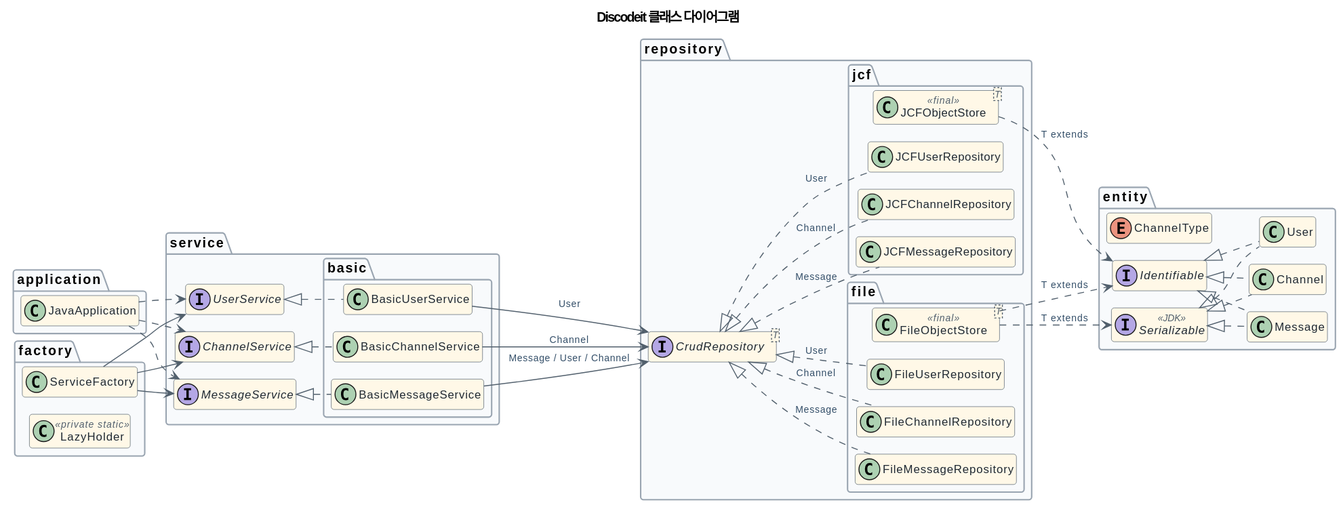
The PlantUML diagram 02/docs/class-diagram.svg in WinLike-dev/14-sprint-mission, before a commit. Source of this version:
```plantuml
@startuml
!pragma layout smetana
!pragma layout smetana

title Discodeit 클래스 다이어그램
left to right direction

hide empty members

skinparam backgroundColor #FFFFFF
skinparam shadowing false
skinparam roundCorner 6
skinparam nodesep 35
skinparam ranksep 45
skinparam ArrowColor #52606D
skinparam ArrowFontColor #334E68
skinparam ArrowFontSize 10
skinparam ClassBorderColor #52606D
skinparam ClassBackgroundColor #FFF8E7
skinparam ClassFontColor #1F2933
skinparam ClassFontSize 12
skinparam ClassStereotypeFontColor #52606D
skinparam ClassStereotypeFontSize 10
skinparam PackageBorderColor #9AA5B1
skinparam PackageBackgroundColor #F8FAFC

package "application" {
    class JavaApplication
}

package "factory" {
    class ServiceFactory
    class LazyHolder <<private static>>
}

package "service" {
    interface UserService
    interface ChannelService
    interface MessageService
}

package "service.basic" {
    class BasicUserService
    class BasicChannelService
    class BasicMessageService
}

package "repository" {
    interface CrudRepository<T>
}

package "repository.jcf" {
    class JCFObjectStore<T> <<final>>
    class JCFMessageRepository
    class JCFChannelRepository
    class JCFUserRepository
}

package "repository.file" {
    class FileObjectStore<T> <<final>>
    class FileMessageRepository
    class FileChannelRepository
    class FileUserRepository
}

package "entity" {
    class Message
    class Channel
    class User
    enum ChannelType
    interface Serializable <<JDK>>
    interface Identifiable
}

JavaApplication ..> UserService
JavaApplication ..> ChannelService
JavaApplication ..> MessageService

ServiceFactory --> UserService
ServiceFactory --> ChannelService
ServiceFactory --> MessageService

UserService <|.. BasicUserService
ChannelService <|.. BasicChannelService
MessageService <|.. BasicMessageService

BasicUserService --> CrudRepository : User
BasicChannelService --> CrudRepository : Channel
BasicMessageService --> CrudRepository : Message / User / Channel

CrudRepository <|.. JCFUserRepository : User
CrudRepository <|.. JCFChannelRepository : Channel
CrudRepository <|.. JCFMessageRepository : Message
CrudRepository <|.. FileUserRepository : User
CrudRepository <|.. FileChannelRepository : Channel
CrudRepository <|.. FileMessageRepository : Message

JCFObjectStore ..> Identifiable : T extends
FileObjectStore ..> Identifiable : T extends
FileObjectStore ..> Serializable : T extends

Identifiable <|.. User
Identifiable <|.. Channel
Identifiable <|.. Message
Serializable <|.. User
Serializable <|.. Channel
Serializable <|.. Message

@enduml
```
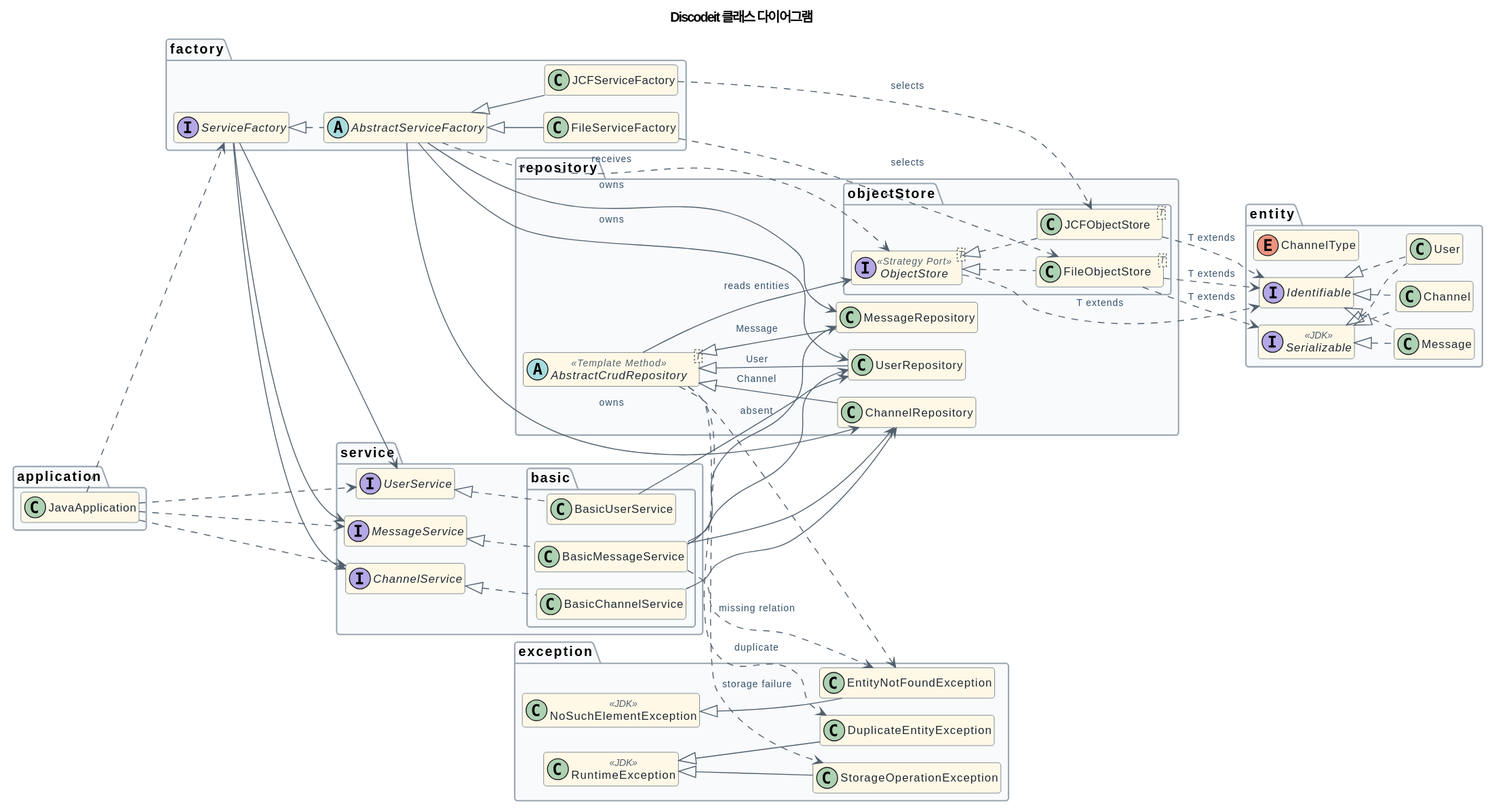
After the change.

Diff of the diagram source:
```diff
@@ -29,8 +29,10 @@
 }
 
 package "factory" {
-    class ServiceFactory
-    class LazyHolder <<private static>>
+    interface ServiceFactory
+    abstract class AbstractServiceFactory
+    class JCFServiceFactory
+    class FileServiceFactory
 }
 
 package "service" {
@@ -46,21 +48,24 @@
 }
 
 package "repository" {
-    interface CrudRepository<T>
+    abstract class AbstractCrudRepository<T> <<Template Method>>
+    class UserRepository
+    class ChannelRepository
+    class MessageRepository
 }
 
-package "repository.jcf" {
-    class JCFObjectStore<T> <<final>>
-    class JCFMessageRepository
-    class JCFChannelRepository
-    class JCFUserRepository
+package "repository.objectStore" {
+    interface ObjectStore<T> <<Strategy Port>>
+    class JCFObjectStore<T>
+    class FileObjectStore<T>
 }
 
-package "repository.file" {
-    class FileObjectStore<T> <<final>>
-    class FileMessageRepository
-    class FileChannelRepository
-    class FileUserRepository
+package "exception" {
+    class EntityNotFoundException
+    class DuplicateEntityException
+    class StorageOperationException
+    class NoSuchElementException <<JDK>>
+    class RuntimeException <<JDK>>
 }
 
 package "entity" {
@@ -75,29 +80,52 @@
 JavaApplication ..> UserService
 JavaApplication ..> ChannelService
 JavaApplication ..> MessageService
+JavaApplication ..> ServiceFactory
 
 ServiceFactory --> UserService
 ServiceFactory --> ChannelService
 ServiceFactory --> MessageService
+ServiceFactory <|.. AbstractServiceFactory
+AbstractServiceFactory <|-- JCFServiceFactory
+AbstractServiceFactory <|-- FileServiceFactory
 
 UserService <|.. BasicUserService
 ChannelService <|.. BasicChannelService
 MessageService <|.. BasicMessageService
 
-BasicUserService --> CrudRepository : User
-BasicChannelService --> CrudRepository : Channel
-BasicMessageService --> CrudRepository : Message / User / Channel
+BasicUserService --> UserRepository
+BasicChannelService --> ChannelRepository
+BasicMessageService --> MessageRepository
+BasicMessageService --> UserRepository
+BasicMessageService --> ChannelRepository
+BasicMessageService ..> EntityNotFoundException : missing relation
 
-CrudRepository <|.. JCFUserRepository : User
-CrudRepository <|.. JCFChannelRepository : Channel
-CrudRepository <|.. JCFMessageRepository : Message
-CrudRepository <|.. FileUserRepository : User
-CrudRepository <|.. FileChannelRepository : Channel
-CrudRepository <|.. FileMessageRepository : Message
+AbstractCrudRepository <|-- UserRepository : User
+AbstractCrudRepository <|-- ChannelRepository : Channel
+AbstractCrudRepository <|-- MessageRepository : Message
+AbstractCrudRepository --> ObjectStore : reads entities
+AbstractCrudRepository ..> EntityNotFoundException : absent
+AbstractCrudRepository ..> DuplicateEntityException : duplicate
+AbstractCrudRepository ..> StorageOperationException : storage failure
 
+ObjectStore <|.. JCFObjectStore
+ObjectStore <|.. FileObjectStore
+
+JCFServiceFactory ..> JCFObjectStore : selects
+FileServiceFactory ..> FileObjectStore : selects
+AbstractServiceFactory ..> ObjectStore : receives
+AbstractServiceFactory --> UserRepository : owns
+AbstractServiceFactory --> ChannelRepository : owns
+AbstractServiceFactory --> MessageRepository : owns
+
+ObjectStore ..> Identifiable : T extends
 JCFObjectStore ..> Identifiable : T extends
 FileObjectStore ..> Identifiable : T extends
 FileObjectStore ..> Serializable : T extends
+
+NoSuchElementException <|-- EntityNotFoundException
+RuntimeException <|-- DuplicateEntityException
+RuntimeException <|-- StorageOperationException
 
 Identifiable <|.. User
 Identifiable <|.. Channel
```
